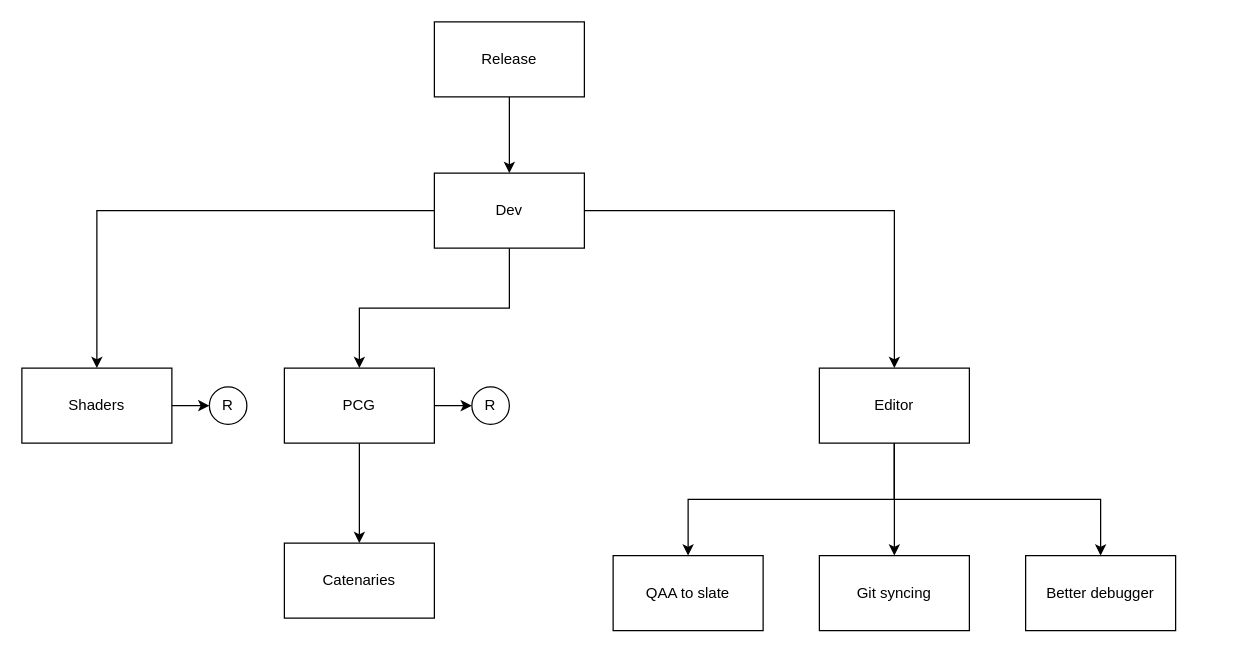
The draw.io diagram Documentation/UnrealToolsGitStructure.drawio in Bumvolla/UnrealTools, before the edit. Source tidied: cells renumbered, new cells numbered last; positions are measured from the earlier drawing's top-left corner, leaving out a move shared by most shapes. Both pictures are drawn from the tidied source at 125%, with x=0, y=0 at pixel (21, 21).
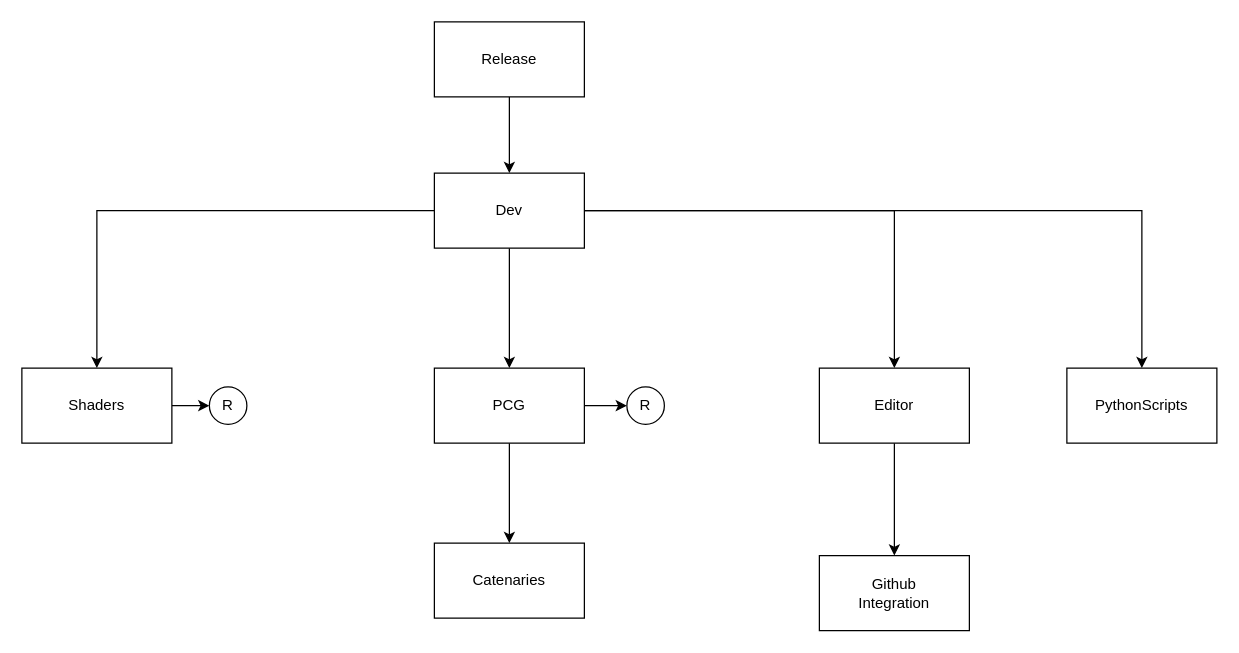
Above is the later version.

The change refers to these unchanged cells:
```xml
<mxCell id="5" value="&lt;div&gt;Dev&lt;/div&gt;" style="rounded=0;whiteSpace=wrap;html=1;" parent="1" vertex="1">
  <mxGeometry x="330" y="121" width="120" height="60" as="geometry" />
</mxCell>
<mxCell id="16" value="&lt;div&gt;Editor&lt;/div&gt;" style="rounded=0;whiteSpace=wrap;html=1;" parent="1" vertex="1">
  <mxGeometry x="638" y="277" width="120" height="60" as="geometry" />
</mxCell>
```

Change to the diagram source:
```diff
@@
+    <mxCell id="23" style="edgeStyle=orthogonalEdgeStyle;rounded=0;jettySize=auto;html=1;exitX=1;exitY=0.5;exitDx=0;exitDy=0;" parent="1" edge="1" source="5" target="24">
+      <mxGeometry relative="1" as="geometry" />
+    </mxCell>
@@
-    <mxCell id="8" value="&lt;div&gt;Git syncing&lt;/div&gt;" style="rounded=0;whiteSpace=wrap;html=1;" parent="1" vertex="1">
+    <mxCell id="8" value="&lt;div&gt;Github&lt;/div&gt;&lt;div&gt;Integration&lt;/div&gt;" style="rounded=0;whiteSpace=wrap;html=1;" parent="1" vertex="1">
       <mxGeometry x="638" y="427" width="120" height="60" as="geometry" />
     </mxCell>
@@
     <mxCell id="11" value="&lt;div&gt;PCG&lt;/div&gt;" style="rounded=0;whiteSpace=wrap;html=1;" parent="1" vertex="1">
-      <mxGeometry x="210" y="277" width="120" height="60" as="geometry" />
+      <mxGeometry x="330" y="277" width="120" height="60" as="geometry" />
     </mxCell>
     <mxCell id="12" value="&lt;div&gt;Catenaries&lt;/div&gt;" style="rounded=0;whiteSpace=wrap;html=1;" parent="1" vertex="1">
-      <mxGeometry x="210" y="417" width="120" height="60" as="geometry" />
+      <mxGeometry x="330" y="417" width="120" height="60" as="geometry" />
     </mxCell>
@@
-    <mxCell id="14" style="edgeStyle=orthogonalEdgeStyle;rounded=0;jettySize=auto;html=1;exitX=0.5;exitY=1;exitDx=0;exitDy=0;entryX=0.5;entryY=0;entryDx=0;entryDy=0;" parent="1" edge="1" source="16" target="22">
-      <mxGeometry relative="1" as="geometry" />
-    </mxCell>
-    <mxCell id="15" style="edgeStyle=orthogonalEdgeStyle;rounded=0;jettySize=auto;html=1;exitX=0.5;exitY=1;exitDx=0;exitDy=0;entryX=0.5;entryY=0;entryDx=0;entryDy=0;" parent="1" edge="1" source="16" target="17">
-      <mxGeometry relative="1" as="geometry" />
-    </mxCell>
@@
-    <mxCell id="17" value="&lt;div&gt;QAA to slate&lt;/div&gt;" style="rounded=0;whiteSpace=wrap;html=1;" parent="1" vertex="1">
-      <mxGeometry x="473" y="427" width="120" height="60" as="geometry" />
-    </mxCell>
     <mxCell id="18" value="R" style="ellipse;whiteSpace=wrap;html=1;rounded=0;" parent="1" vertex="1">
-      <mxGeometry x="360" y="292" width="30" height="30" as="geometry" />
+      <mxGeometry x="484" y="292" width="30" height="30" as="geometry" />
     </mxCell>
@@
-    <mxCell id="22" value="&lt;div&gt;Better debugger&lt;/div&gt;" style="rounded=0;whiteSpace=wrap;html=1;" parent="1" vertex="1">
-      <mxGeometry x="803" y="427" width="120" height="60" as="geometry" />
-    </mxCell>
+    <mxCell id="24" value="PythonScripts" style="rounded=0;whiteSpace=wrap;html=1;" parent="1" vertex="1">
+      <mxGeometry x="836" y="277" width="120" height="60" as="geometry" />
+    </mxCell>
```
